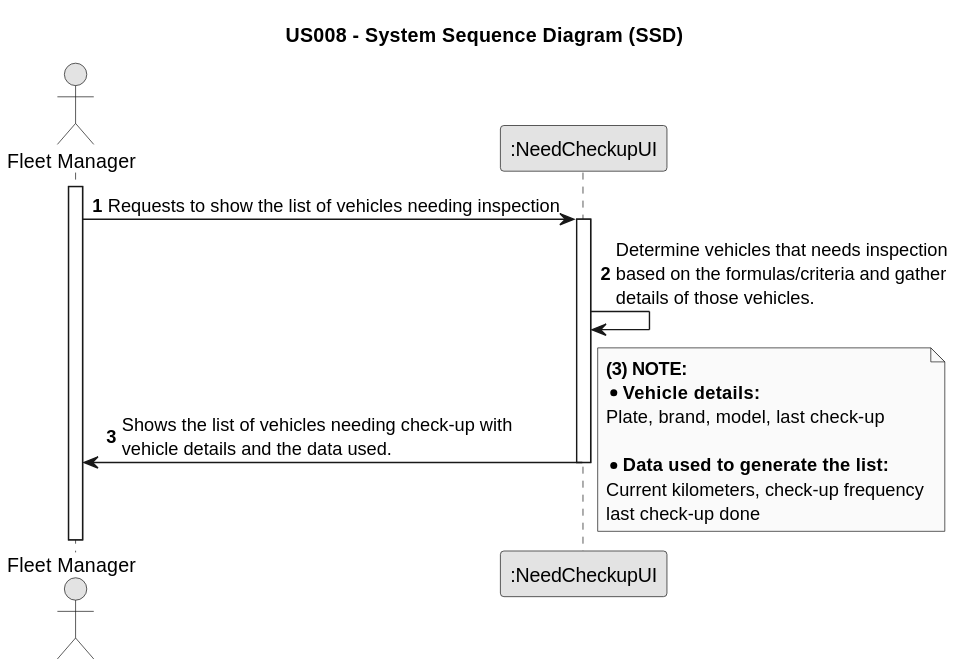
Above: docs/sprintA/us008/01.requirements-engineering/svg/us008-system-sequence-diagram.svg in Rui-San/LAPR2_2023_2024 (PlantUML), before the change.
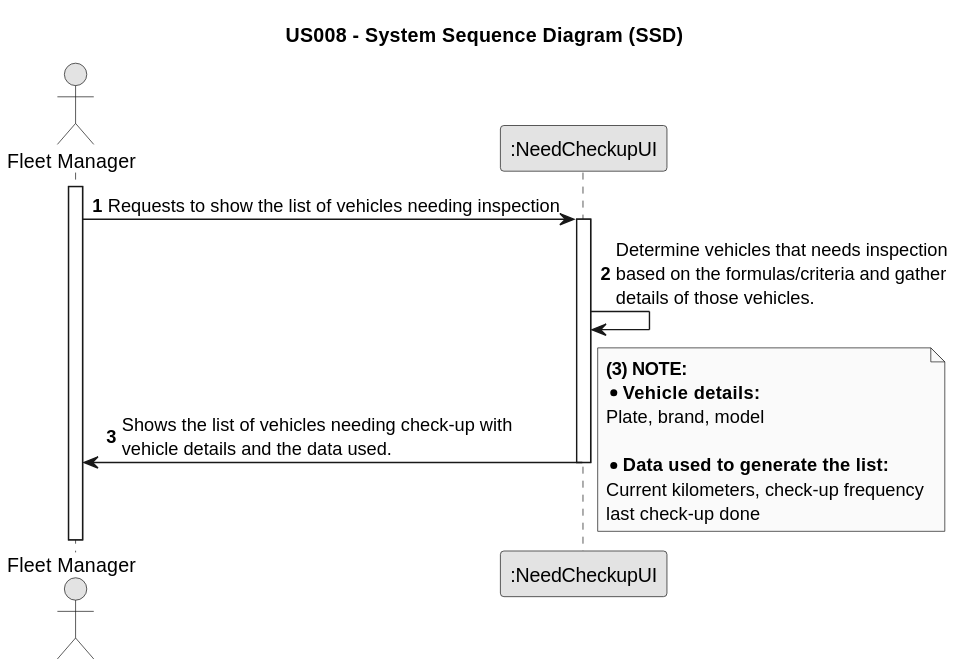
After the change.

Commit message:
New term on glossary

What changed in the source:
```diff
@@ -24,7 +24,7 @@
 note right
 **(3) NOTE:**
 * **Vehicle details:**
-Plate, brand, model, last check-up
+Plate, brand, model
 
 * **Data used to generate the list:**
 Current kilometers, check-up frequency
```
